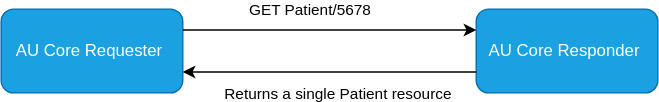
Above: input/images/au-core-read-interaction-example.svg in hl7au/au-fhir-core (draw.io), before the change. Source tidied: cells renumbered, new cells last; positions are measured from the earlier drawing's top-left corner, leaving out a move shared by most shapes.
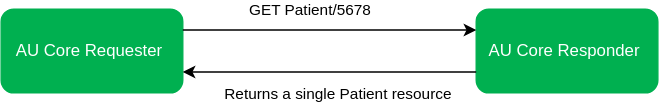
The same file after the commit.

Commit message:
Updated RESTful interaction diagrams and change log

The edit, as a diff of the source:
```diff
@@ -2,10 +2,10 @@
   <root>
     <mxCell id="0" />
     <mxCell id="1" parent="0" />
-    <mxCell id="2" value="&lt;div&gt;AU Core Requester&amp;nbsp;&lt;/div&gt;" style="rounded=1;whiteSpace=wrap;html=1;fillColor=#1ba1e2;strokeColor=#006EAF;fontColor=#ffffff;labelBackgroundColor=none;" parent="1" vertex="1">
+    <mxCell id="2" value="&lt;div&gt;AU Core Requester&amp;nbsp;&lt;/div&gt;" style="rounded=1;whiteSpace=wrap;html=1;fillColor=#00b050;strokeColor=#00b050;labelBackgroundColor=none;fontColor=#ffffff;" parent="1" vertex="1">
       <mxGeometry width="130" height="60" as="geometry" />
     </mxCell>
-    <mxCell id="3" value="&lt;div&gt;&lt;font color=&quot;#ffffff&quot;&gt;AU Core Responder&amp;nbsp;&lt;/font&gt;&lt;/div&gt;" style="rounded=1;whiteSpace=wrap;html=1;fillColor=#1ba1e2;strokeColor=#006EAF;fontColor=#ffffff;" parent="1" vertex="1">
+    <mxCell id="3" value="&lt;div&gt;&lt;font color=&quot;#ffffff&quot;&gt;AU Core Responder&amp;nbsp;&lt;/font&gt;&lt;/div&gt;" style="rounded=1;whiteSpace=wrap;html=1;fillColor=#00b050;strokeColor=#00b050;fontColor=#ffffff;" parent="1" vertex="1">
       <mxGeometry x="340" width="130" height="60" as="geometry" />
     </mxCell>
     <mxCell id="4" style="endArrow=classic;html=1;rounded=0;exitX=1;exitY=0.25;exitDx=0;exitDy=0;entryX=0;entryY=0.25;entryDx=0;entryDy=0;" parent="1" edge="1" source="2" target="3">
```
